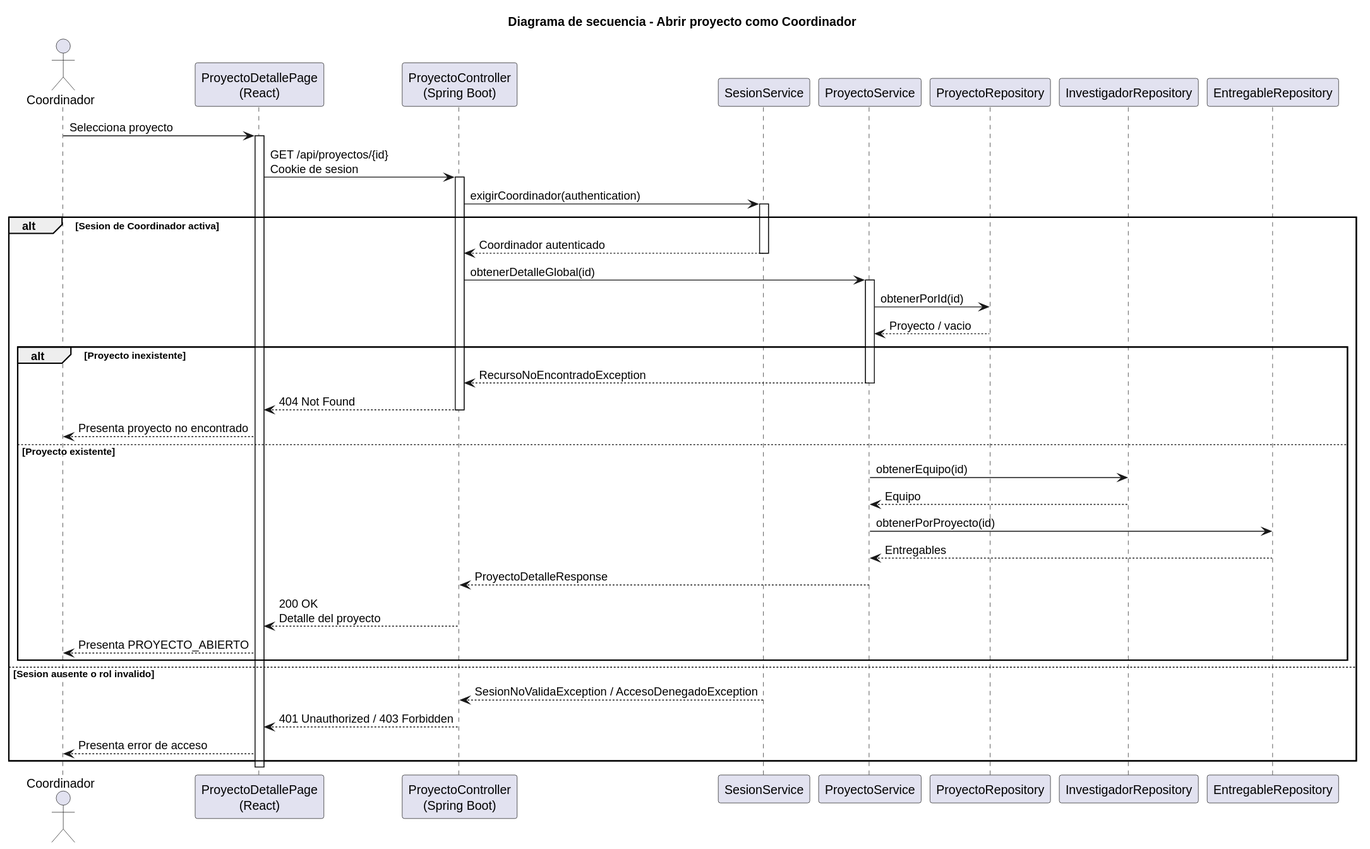
This is images/RUP/02-diseño/casos-uso/coordinador/abrirProyecto/secuencia.svg from beatriizorozco/25-26-idsw2-sdVC, a PlantUML export, as it was before one commit. The source it was exported from:
```plantuml
@startuml
title Diagrama de secuencia - Abrir proyecto como Coordinador

actor Coordinador
participant "ProyectoDetallePage\n(React)" as Frontend
participant "ProyectoController\n(Spring Boot)" as Api
participant "SesionService" as Sesion
participant "ProyectoService" as Service
participant "ProyectoRepository" as Repo
participant "InvestigadorRepository" as InvestigadorRepo
participant "EntregableRepository" as EntregableRepo

Coordinador -> Frontend: Selecciona proyecto
activate Frontend
Frontend -> Api: GET /api/proyectos/{id}\nCookie de sesion
activate Api
Api -> Sesion: exigirCoordinador(authentication)
activate Sesion
alt Sesion de Coordinador activa
    Sesion --> Api: Coordinador autenticado
    deactivate Sesion
    Api -> Service: obtenerDetalleGlobal(id)
    activate Service
    Service -> Repo: obtenerPorId(id)
    Repo --> Service: Proyecto / vacio
    alt Proyecto inexistente
        Service --> Api: RecursoNoEncontradoException
        deactivate Service
        Api --> Frontend: 404 Not Found
        deactivate Api
        Frontend --> Coordinador: Presenta proyecto no encontrado
    else Proyecto existente
        Service -> InvestigadorRepo: obtenerEquipo(id)
        InvestigadorRepo --> Service: Equipo
        Service -> EntregableRepo: obtenerPorProyecto(id)
        EntregableRepo --> Service: Entregables
        Service --> Api: ProyectoDetalleResponse
        deactivate Service
        Api --> Frontend: 200 OK\nDetalle del proyecto
        deactivate Api
        Frontend --> Coordinador: Presenta PROYECTO_ABIERTO
    end
else Sesion ausente o rol invalido
    Sesion --> Api: SesionNoValidaException / AccesoDenegadoException
    deactivate Sesion
    Api --> Frontend: 401 Unauthorized / 403 Forbidden
    deactivate Api
    Frontend --> Coordinador: Presenta error de acceso
end
deactivate Frontend
@enduml
```
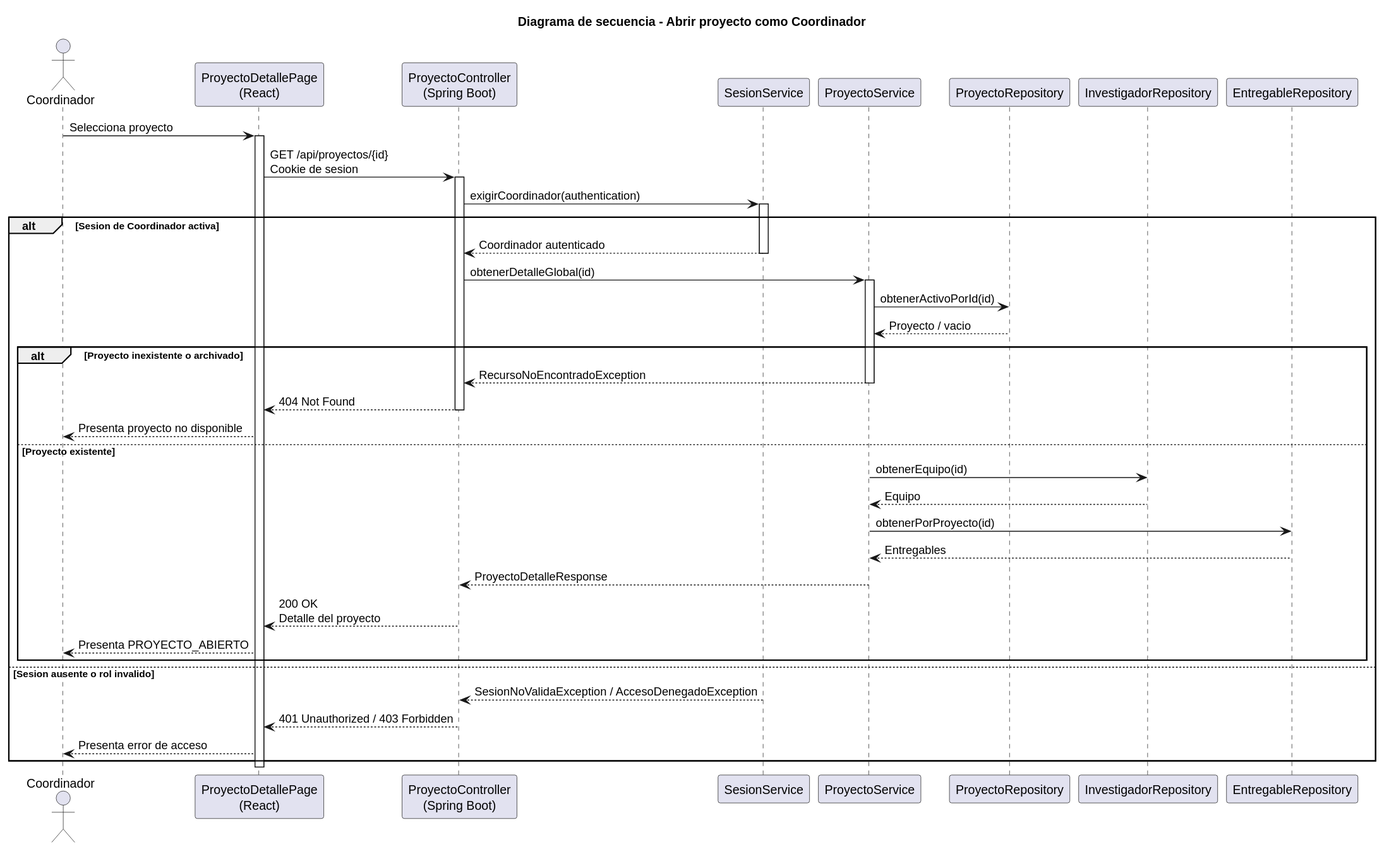
After the commit.

The edit, as a diff of the source:
```diff
@@ -21,14 +21,14 @@
     deactivate Sesion
     Api -> Service: obtenerDetalleGlobal(id)
     activate Service
-    Service -> Repo: obtenerPorId(id)
+    Service -> Repo: obtenerActivoPorId(id)
     Repo --> Service: Proyecto / vacio
-    alt Proyecto inexistente
+    alt Proyecto inexistente o archivado
         Service --> Api: RecursoNoEncontradoException
         deactivate Service
         Api --> Frontend: 404 Not Found
         deactivate Api
-        Frontend --> Coordinador: Presenta proyecto no encontrado
+        Frontend --> Coordinador: Presenta proyecto no disponible
     else Proyecto existente
         Service -> InvestigadorRepo: obtenerEquipo(id)
         InvestigadorRepo --> Service: Equipo
```
